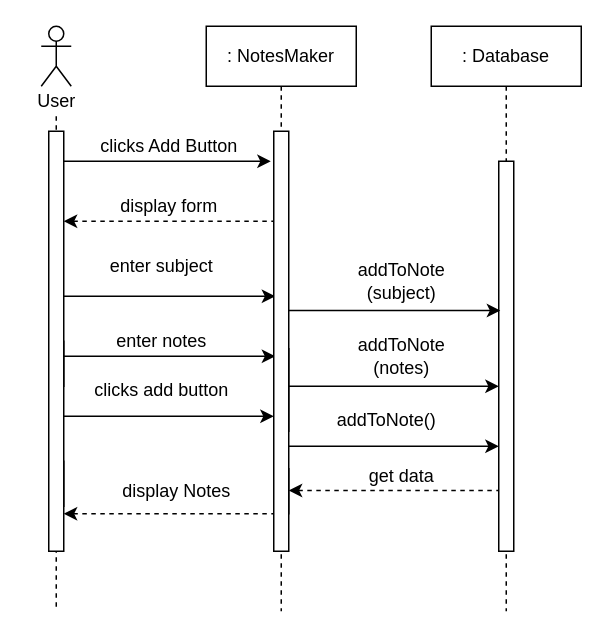
FaizAnuar/ashisu keeps this draw.io diagram as page "Page-2" (2 of 4) of NotesMaker.drawio. Above is the earlier version. Source tidied: cells renumbered, new cells numbered last; positions are measured from the earlier drawing's top-left corner, leaving out a move shared by most shapes. Both pictures are drawn from the tidied source at 150%, with x=0, y=0 at pixel (26, 26).
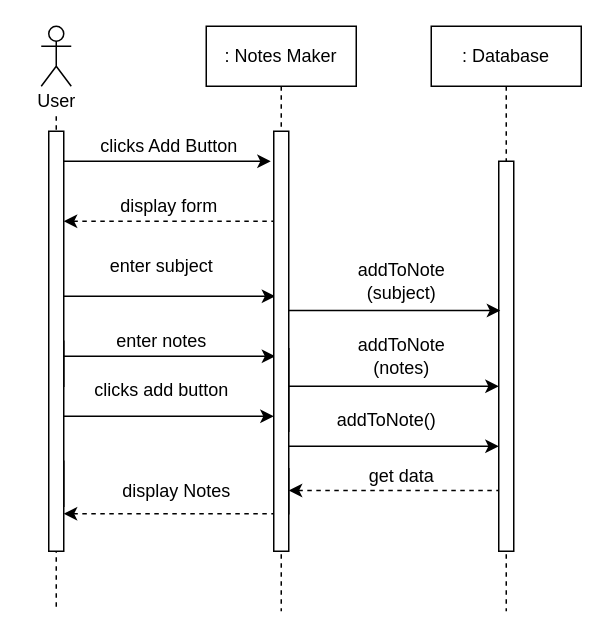
Above is the later version.

What changed in the source:
```diff
@@
-    <mxCell id="4" value=": NotesMaker" style="rounded=0;whiteSpace=wrap;html=1;" parent="1" vertex="1">
+    <mxCell id="4" value=": Notes Maker" style="rounded=0;whiteSpace=wrap;html=1;" parent="1" vertex="1">
       <mxGeometry x="120" width="100" height="40" as="geometry" />
     </mxCell>
```
